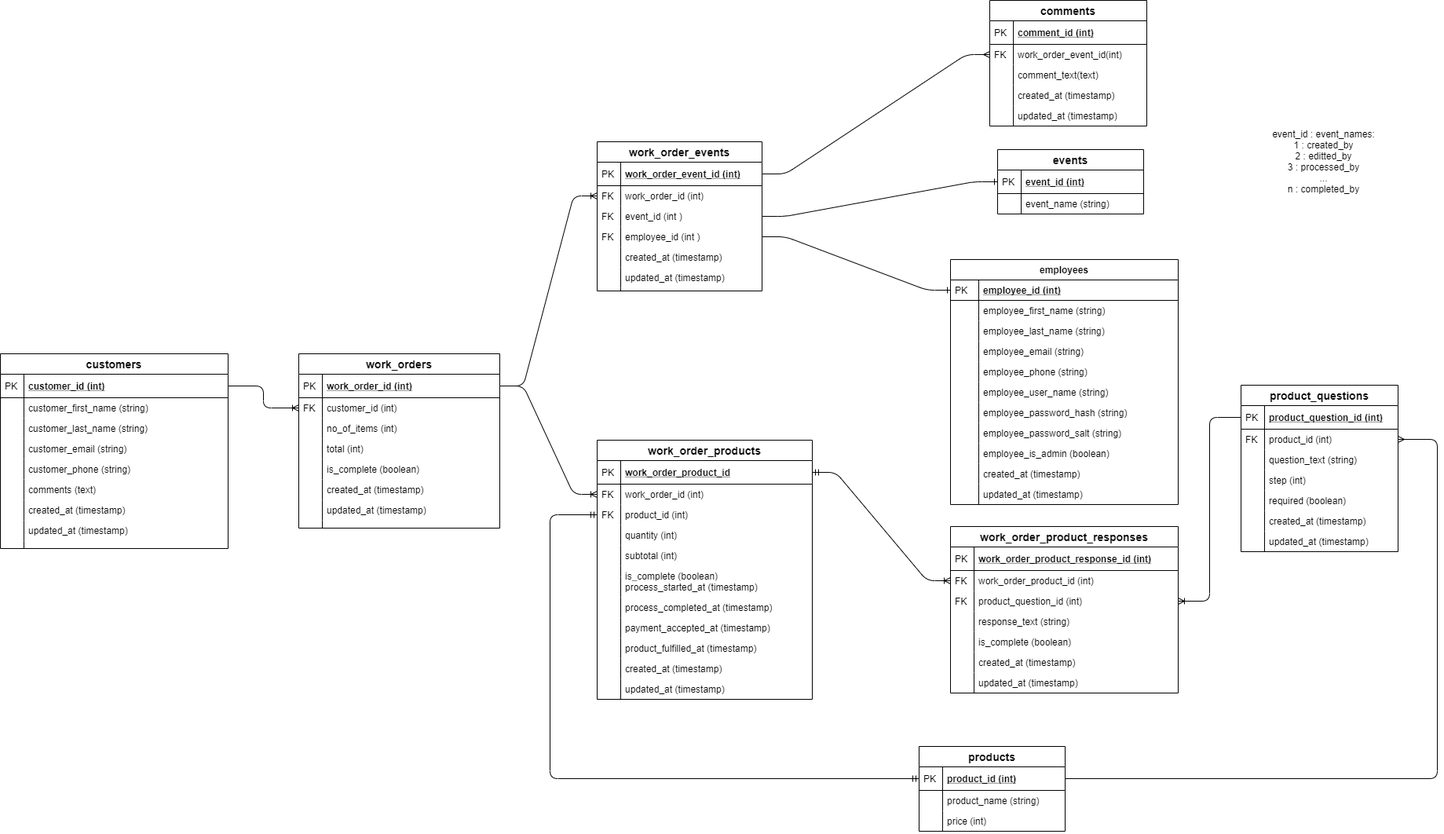
Above: db_schema_view.png in openorderapp/documentation (draw.io), before the change. Source tidied: cells renumbered, new cells last; positions are measured from the earlier drawing's top-left corner, leaving out a move shared by most shapes.
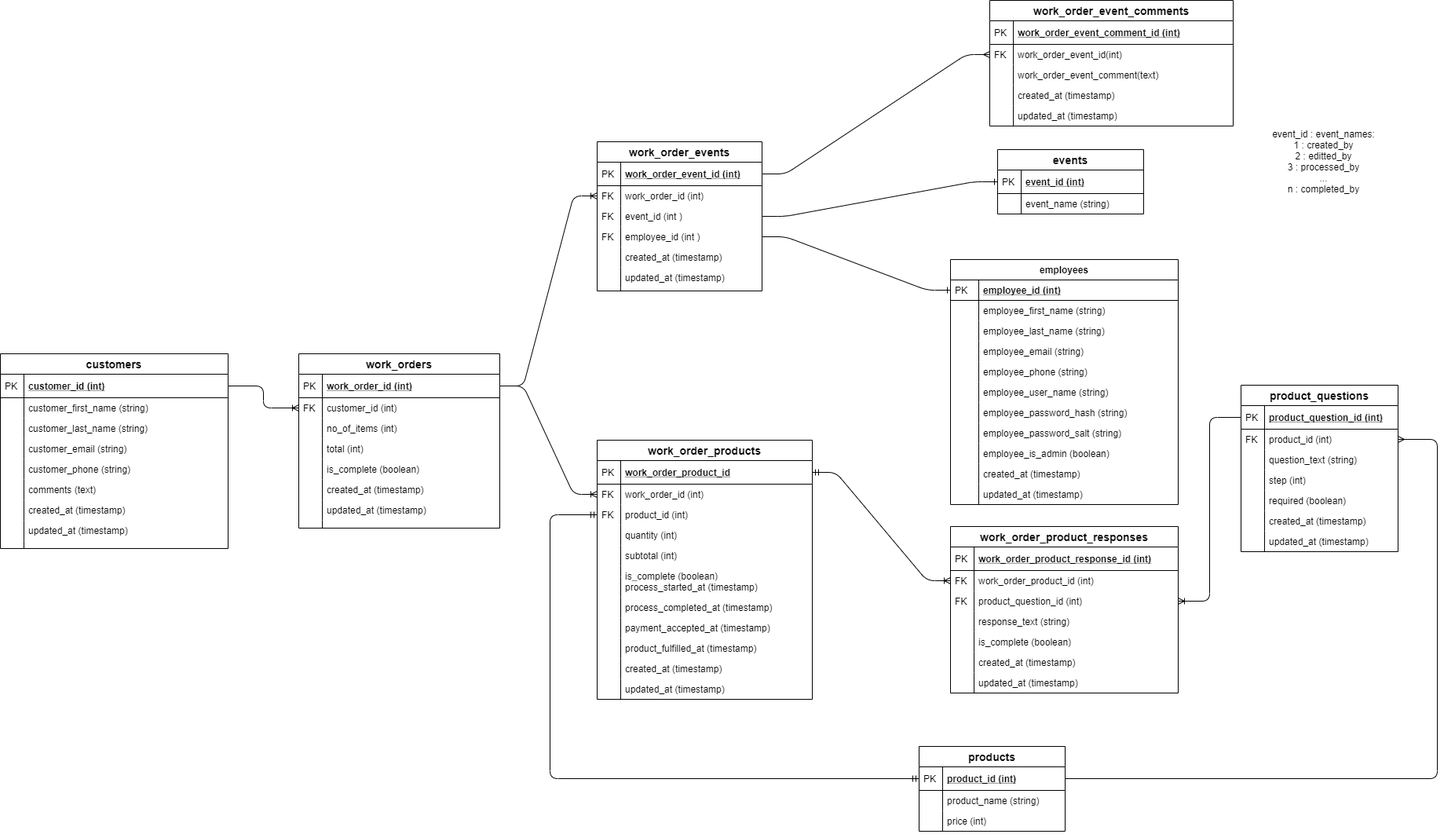
The same diagram one commit later.

Commit message:
Change comments to work_order_event_comments

Diff of the diagram source:
```diff
@@ -468,35 +468,35 @@
     <mxCell id="153" style="shape=partialRectangle;top=0;left=0;bottom=0;fillColor=none;align=left;verticalAlign=top;spacingLeft=4;spacingRight=4;overflow=hidden;fontSize=12;" parent="152" vertex="1">
       <mxGeometry width="30" height="26" as="geometry" />
     </mxCell>
-    <mxCell id="154" value="comments" style="swimlane;fontStyle=1;horizontal=1;startSize=26;align=center;fontSize=14;" parent="1" vertex="1">
-      <mxGeometry x="1260" width="200" height="160" as="geometry" />
+    <mxCell id="154" value="work_order_event_comments" style="swimlane;fontStyle=1;horizontal=1;startSize=26;align=center;fontSize=14;" parent="1" vertex="1">
+      <mxGeometry x="1260" width="310" height="160" as="geometry" />
     </mxCell>
-    <mxCell id="155" value="comment_id (int)" style="shape=partialRectangle;top=0;left=0;right=0;bottom=1;align=left;verticalAlign=middle;fillColor=none;spacingLeft=34;spacingRight=4;overflow=hidden;fontStyle=5;fontSize=12;" parent="154" vertex="1">
-      <mxGeometry y="26" width="200" height="30" as="geometry" />
+    <mxCell id="155" value="work_order_event_comment_id (int)" style="shape=partialRectangle;top=0;left=0;right=0;bottom=1;align=left;verticalAlign=middle;fillColor=none;spacingLeft=34;spacingRight=4;overflow=hidden;fontStyle=5;fontSize=12;" parent="154" vertex="1">
+      <mxGeometry y="26" width="310" height="30" as="geometry" />
     </mxCell>
     <mxCell id="156" value="PK" style="shape=partialRectangle;top=0;left=0;bottom=0;fillColor=none;align=left;verticalAlign=middle;spacingLeft=4;spacingRight=4;overflow=hidden;fontSize=12;" parent="155" vertex="1">
       <mxGeometry width="30" height="30" as="geometry" />
     </mxCell>
     <mxCell id="157" value="work_order_event_id(int)" style="shape=partialRectangle;top=0;left=0;right=0;bottom=0;align=left;verticalAlign=top;fillColor=none;spacingLeft=34;spacingRight=4;overflow=hidden;points=[[0,0.5],[1,0.5]];portConstraint=eastwest;fontSize=12;" parent="154" vertex="1">
-      <mxGeometry y="56" width="200" height="26" as="geometry" />
+      <mxGeometry y="56" width="310" height="26" as="geometry" />
     </mxCell>
     <mxCell id="158" value="FK" style="shape=partialRectangle;top=0;left=0;bottom=0;fillColor=none;align=left;verticalAlign=top;spacingLeft=4;spacingRight=4;overflow=hidden;fontSize=12;" parent="157" vertex="1">
       <mxGeometry width="30" height="26" as="geometry" />
     </mxCell>
-    <mxCell id="159" value="comment_text(text)" style="shape=partialRectangle;top=0;left=0;right=0;bottom=0;align=left;verticalAlign=top;fillColor=none;spacingLeft=34;spacingRight=4;overflow=hidden;fontSize=12;" parent="154" vertex="1">
-      <mxGeometry y="82" width="200" height="26" as="geometry" />
+    <mxCell id="159" value="work_order_event_comment(text)" style="shape=partialRectangle;top=0;left=0;right=0;bottom=0;align=left;verticalAlign=top;fillColor=none;spacingLeft=34;spacingRight=4;overflow=hidden;fontSize=12;" parent="154" vertex="1">
+      <mxGeometry y="82" width="310" height="26" as="geometry" />
     </mxCell>
     <mxCell id="160" style="shape=partialRectangle;top=0;left=0;bottom=0;fillColor=none;align=left;verticalAlign=top;spacingLeft=4;spacingRight=4;overflow=hidden;fontSize=12;" parent="159" vertex="1">
       <mxGeometry width="30" height="26" as="geometry" />
     </mxCell>
     <mxCell id="161" value="created_at (timestamp)" style="shape=partialRectangle;top=0;left=0;right=0;bottom=0;align=left;verticalAlign=top;fillColor=none;spacingLeft=34;spacingRight=4;overflow=hidden;fontSize=12;" parent="154" vertex="1">
-      <mxGeometry y="108" width="200" height="26" as="geometry" />
+      <mxGeometry y="108" width="310" height="26" as="geometry" />
     </mxCell>
     <mxCell id="162" style="shape=partialRectangle;top=0;left=0;bottom=0;fillColor=none;align=left;verticalAlign=top;spacingLeft=4;spacingRight=4;overflow=hidden;fontSize=12;" parent="161" vertex="1">
       <mxGeometry width="30" height="26" as="geometry" />
     </mxCell>
     <mxCell id="163" value="updated_at (timestamp)" style="shape=partialRectangle;top=0;left=0;right=0;bottom=0;align=left;verticalAlign=top;fillColor=none;spacingLeft=34;spacingRight=4;overflow=hidden;fontSize=12;" parent="154" vertex="1">
-      <mxGeometry y="134" width="200" height="26" as="geometry" />
+      <mxGeometry y="134" width="310" height="26" as="geometry" />
     </mxCell>
     <mxCell id="164" style="shape=partialRectangle;top=0;left=0;bottom=0;fillColor=none;align=left;verticalAlign=top;spacingLeft=4;spacingRight=4;overflow=hidden;fontSize=12;" parent="163" vertex="1">
       <mxGeometry width="30" height="26" as="geometry" />
```
